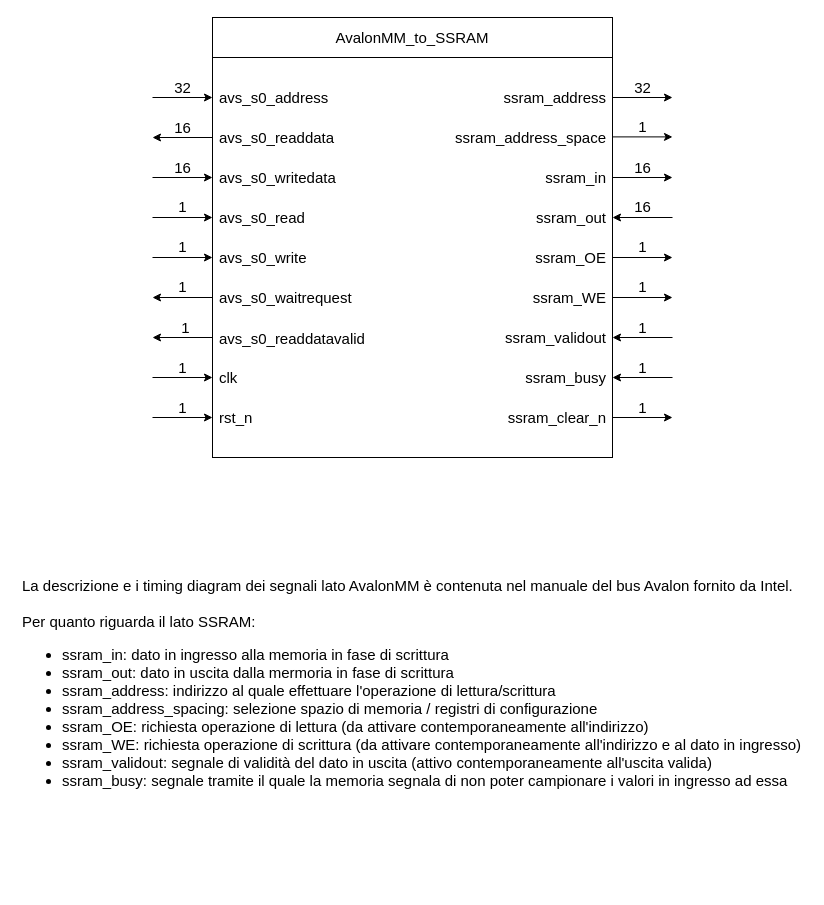
This is page "AvalonMM_to_SSRAM" (1 of 4) of IP_cores/AvalonMM_to_hRAM/AvalonMM_to_SSRAM_v2/rtl/AvalonMM_to_SSRAM.drawio from AndreaBononi/IP_cores, a draw.io file, before an edit. Source tidied: cells renumbered, new cells numbered last; positions are measured from the earlier drawing's top-left corner, leaving out a move shared by most shapes. Both pictures are drawn from the tidied source at 100%, with x=0, y=0 at pixel (17, 17).
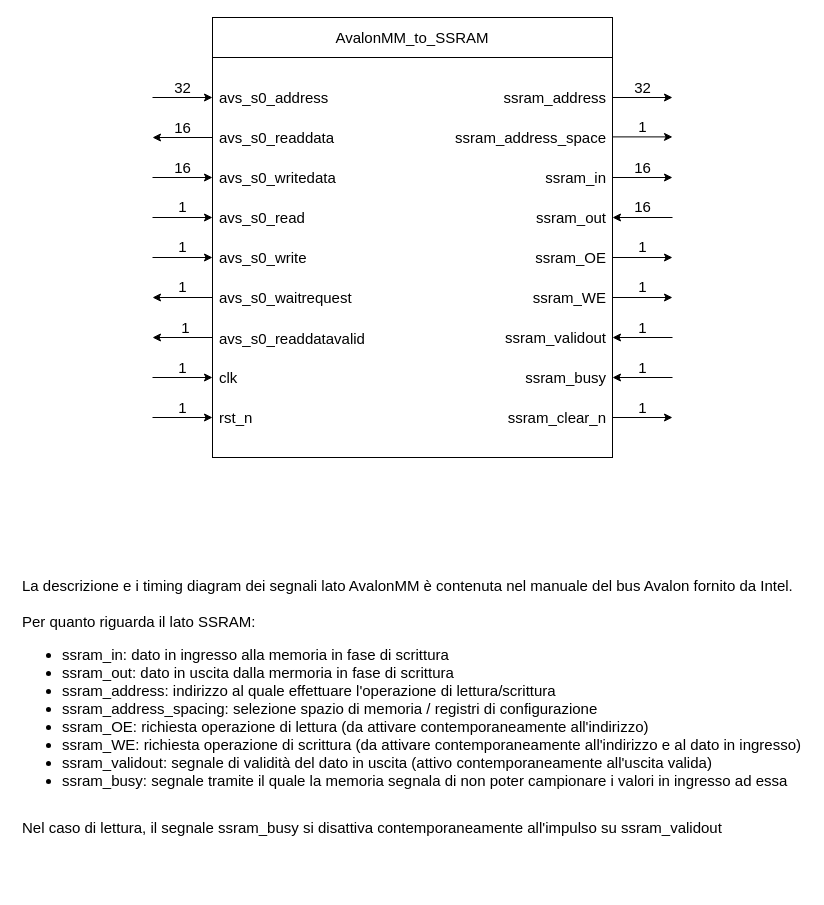
After the change.

Commit message (it also covers changes not shown here):
new version of AvalonMM to SSRAM part 2

The edit, as a diff of the source:
```diff
@@
-    <mxCell id="58" value="&lt;div&gt;&lt;font style=&quot;font-size: 15px;&quot;&gt;La descrizione e i timing diagram dei segnali lato AvalonMM è contenuta nel manuale del bus Avalon fornito da Intel.&lt;/font&gt;&lt;/div&gt;&lt;div&gt;&lt;font style=&quot;font-size: 15px;&quot;&gt;&lt;br&gt;&lt;/font&gt;&lt;/div&gt;&lt;div&gt;&lt;font style=&quot;font-size: 15px;&quot;&gt;Per quanto riguarda il lato SSRAM:&lt;/font&gt;&lt;/div&gt;&lt;div style=&quot;font-size: 15px;&quot;&gt;&lt;ul&gt;&lt;li&gt;ssram_in: dato in ingresso alla memoria in fase di scrittura&lt;/li&gt;&lt;li&gt;ssram_out: dato in uscita dalla mermoria in fase di scrittura&lt;/li&gt;&lt;li&gt;ssram_address: indirizzo al quale effettuare l'operazione di lettura/scrittura&lt;/li&gt;&lt;li&gt;ssram_address_spacing: selezione spazio di memoria / registri di configurazione&lt;br&gt;&lt;/li&gt;&lt;li&gt;ssram_OE: richiesta operazione di lettura (da attivare contemporaneamente all'indirizzo)&lt;/li&gt;&lt;li&gt;ssram_WE: richiesta operazione di scrittura (da attivare contemporaneamente all'indirizzo e al dato in ingresso)&lt;/li&gt;&lt;li&gt;ssram_validout: segnale di validità del dato in uscita (attivo contemporaneamente all'uscita valida)&lt;br&gt;&lt;/li&gt;&lt;li&gt;ssram_busy: segnale tramite il quale la memoria segnala di non poter campionare i valori in ingresso ad essa&lt;/li&gt;&lt;/ul&gt;&lt;/div&gt;" style="text;html=1;strokeColor=none;fillColor=none;spacing=5;spacingTop=-20;whiteSpace=wrap;overflow=hidden;rounded=0;" parent="1" vertex="1">
-      <mxGeometry y="570" width="790" height="240" as="geometry" />
+    <mxCell id="58" value="&lt;div&gt;&lt;font style=&quot;font-size: 15px;&quot;&gt;La descrizione e i timing diagram dei segnali lato AvalonMM è contenuta nel manuale del bus Avalon fornito da Intel.&lt;/font&gt;&lt;/div&gt;&lt;div&gt;&lt;font style=&quot;font-size: 15px;&quot;&gt;&lt;br&gt;&lt;/font&gt;&lt;/div&gt;&lt;div&gt;&lt;font style=&quot;font-size: 15px;&quot;&gt;Per quanto riguarda il lato SSRAM:&lt;/font&gt;&lt;/div&gt;&lt;div style=&quot;font-size: 15px;&quot;&gt;&lt;ul&gt;&lt;li&gt;ssram_in: dato in ingresso alla memoria in fase di scrittura&lt;/li&gt;&lt;li&gt;ssram_out: dato in uscita dalla mermoria in fase di scrittura&lt;/li&gt;&lt;li&gt;ssram_address: indirizzo al quale effettuare l'operazione di lettura/scrittura&lt;/li&gt;&lt;li&gt;ssram_address_spacing: selezione spazio di memoria / registri di configurazione&lt;br&gt;&lt;/li&gt;&lt;li&gt;ssram_OE: richiesta operazione di lettura (da attivare contemporaneamente all'indirizzo)&lt;/li&gt;&lt;li&gt;ssram_WE: richiesta operazione di scrittura (da attivare contemporaneamente all'indirizzo e al dato in ingresso)&lt;/li&gt;&lt;li&gt;ssram_validout: segnale di validità del dato in uscita (attivo contemporaneamente all'uscita valida)&lt;br&gt;&lt;/li&gt;&lt;li&gt;ssram_busy: segnale tramite il quale la memoria segnala di non poter campionare i valori in ingresso ad essa&lt;/li&gt;&lt;/ul&gt;&lt;/div&gt;&lt;div&gt;&lt;br&gt;&lt;/div&gt;&lt;div style=&quot;font-size: 15px;&quot;&gt;Nel caso di lettura, il segnale ssram_busy si disattiva contemporaneamente all'impulso su ssram_validout&lt;br&gt;&lt;/div&gt;" style="text;html=1;strokeColor=none;fillColor=none;spacing=5;spacingTop=-20;whiteSpace=wrap;overflow=hidden;rounded=0;" parent="1" vertex="1">
+      <mxGeometry y="570" width="790" height="300" as="geometry" />
     </mxCell>
```
